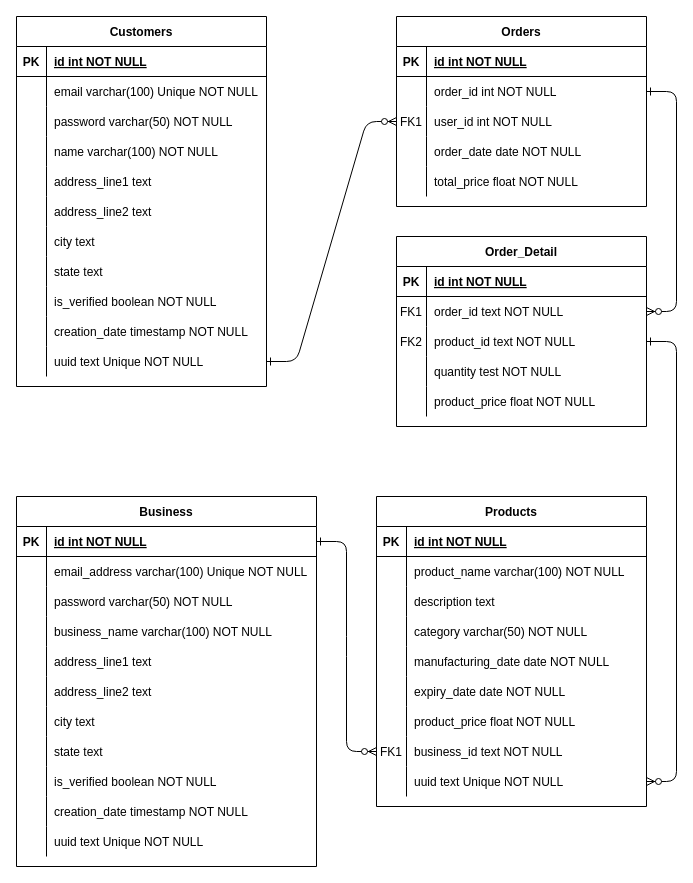
sdglitched/FastAPI-eCom keeps this draw.io diagram as db_details/db_erd.drawio. Above is the earlier version. Source tidied: cells renumbered, new cells numbered last; positions are measured from the earlier drawing's top-left corner, leaving out a move shared by most shapes. Both pictures are drawn from the tidied source at 100%, with x=0, y=0 at pixel (16, 16).
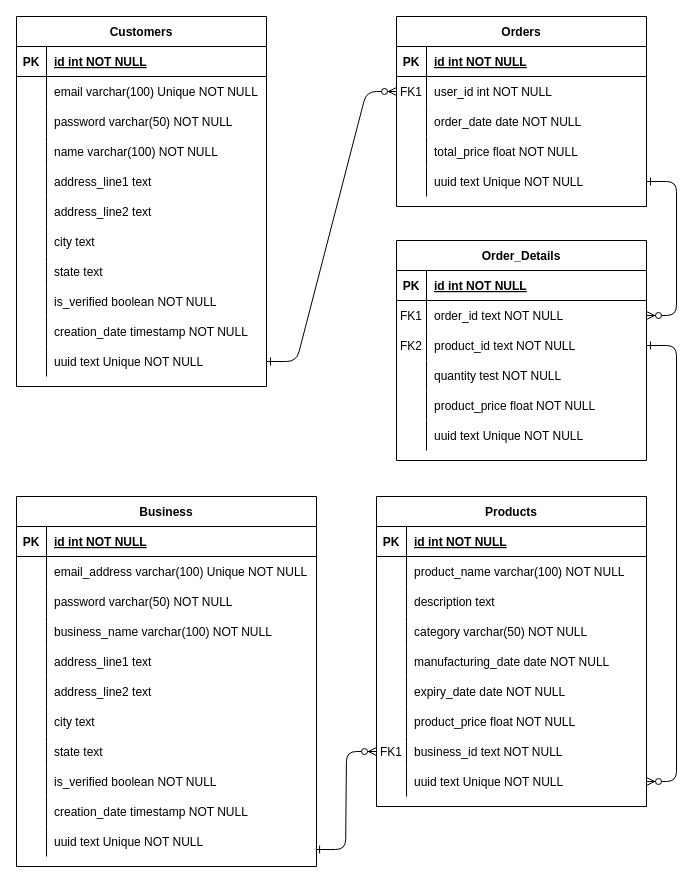
The same diagram, later.

The change refers to these unchanged cells:
```xml
<mxCell id="3" value="Orders" style="shape=table;startSize=30;childLayout=tableLayout;rowLines=0;fontStyle=1;align=center;" parent="1" vertex="1">
  <mxGeometry x="380" width="250" height="190" as="geometry" />
</mxCell>
<mxCell id="55" style="shape=partialRectangle;fillColor=none;points=[[0,0.5],[1,0.5]];portConstraint=eastwest;top=0;left=0;right=0;bottom=1;" parent="54" vertex="1">
  <mxGeometry y="30" width="300" height="30" as="geometry" />
</mxCell>
<mxCell id="85" style="shape=partialRectangle;fillColor=none;points=[[0,0.5],[1,0.5]];portConstraint=eastwest;top=0;left=0;right=0;bottom=0;" parent="54" vertex="1">
  <mxGeometry y="330" width="300" height="30" as="geometry" />
</mxCell>
<mxCell id="110" style="shape=partialRectangle;fillColor=none;points=[[0,0.5],[1,0.5]];portConstraint=eastwest;top=0;left=0;right=0;bottom=0;" parent="88" vertex="1">
  <mxGeometry y="240" width="270" height="30" as="geometry" />
</mxCell>
<mxCell id="122" style="shape=partialRectangle;fillColor=none;points=[[0,0.5],[1,0.5]];portConstraint=eastwest;top=0;left=0;right=0;bottom=0;" parent="118" vertex="1">
  <mxGeometry y="60" width="250" height="30" as="geometry" />
</mxCell>
```

The edit, as a diff of the source:
```diff
@@
-    <mxCell id="7" style="shape=partialRectangle;fillColor=none;points=[[0,0.5],[1,0.5]];portConstraint=eastwest;top=0;left=0;right=0;bottom=0;" parent="3" vertex="1">
-      <mxGeometry y="60" width="250" height="30" as="geometry" />
-    </mxCell>
-    <mxCell id="8" style="shape=partialRectangle;overflow=hidden;fillColor=none;top=0;left=0;bottom=0;right=0;" parent="7" vertex="1">
-      <mxGeometry width="30" height="30" as="geometry" />
-    </mxCell>
-    <mxCell id="9" value="order_id int NOT NULL" style="shape=partialRectangle;overflow=hidden;fillColor=none;top=0;left=0;bottom=0;right=0;align=left;spacingLeft=6;" parent="7" vertex="1">
-      <mxGeometry x="30" width="220" height="30" as="geometry" />
-    </mxCell>
     <mxCell id="10" style="shape=partialRectangle;fillColor=none;points=[[0,0.5],[1,0.5]];portConstraint=eastwest;top=0;left=0;right=0;bottom=0;" parent="3" vertex="1">
-      <mxGeometry y="90" width="250" height="30" as="geometry" />
+      <mxGeometry y="60" width="250" height="30" as="geometry" />
     </mxCell>
@@
     <mxCell id="13" style="shape=partialRectangle;fillColor=none;top=0;left=0;right=0;bottom=0;" parent="3" vertex="1">
-      <mxGeometry y="120" width="250" height="30" as="geometry" />
+      <mxGeometry y="90" width="250" height="30" as="geometry" />
     </mxCell>
@@
     <mxCell id="16" style="shape=partialRectangle;fillColor=none;top=0;left=0;right=0;bottom=0;" parent="3" vertex="1">
-      <mxGeometry y="150" width="250" height="30" as="geometry" />
+      <mxGeometry y="120" width="250" height="30" as="geometry" />
     </mxCell>
@@
+    <mxCell id="134" style="shape=partialRectangle;fillColor=none;points=[[0,0.5],[1,0.5]];portConstraint=eastwest;top=0;left=0;right=0;bottom=0;" parent="3" vertex="1">
+      <mxGeometry y="150" width="250" height="30" as="geometry" />
+    </mxCell>
+    <mxCell id="135" style="shape=partialRectangle;overflow=hidden;fillColor=none;top=0;left=0;bottom=0;right=0;" parent="134" vertex="1">
+      <mxGeometry width="30" height="30" as="geometry" />
+    </mxCell>
+    <mxCell id="136" value="uuid text Unique NOT NULL" style="shape=partialRectangle;overflow=hidden;fillColor=none;top=0;left=0;bottom=0;right=0;align=left;spacingLeft=6;" parent="134" vertex="1">
+      <mxGeometry x="30" width="220" height="30" as="geometry" />
+    </mxCell>
@@
-    <mxCell id="53" style="edgeStyle=entityRelationEdgeStyle;endArrow=ERzeroToMany;startArrow=ERone;endFill=1;startFill=0;exitX=1;exitY=0.5;exitDx=0;exitDy=0;entryX=1;entryY=0.5;entryDx=0;entryDy=0;" parent="1" edge="1" source="7" target="122">
+    <mxCell id="53" style="edgeStyle=entityRelationEdgeStyle;endArrow=ERzeroToMany;startArrow=ERone;endFill=1;startFill=0;entryX=1;entryY=0.5;entryDx=0;entryDy=0;" parent="1" edge="1" source="134" target="122">
       <mxGeometry relative="1" as="geometry" />
     </mxCell>
@@
-    <mxCell id="116" style="edgeStyle=entityRelationEdgeStyle;endArrow=ERzeroToMany;startArrow=ERone;endFill=1;startFill=0;exitX=1;exitY=0.5;exitDx=0;exitDy=0;entryX=0;entryY=0.5;entryDx=0;entryDy=0;" parent="1" edge="1" source="55" target="110">
+    <mxCell id="116" style="edgeStyle=entityRelationEdgeStyle;endArrow=ERzeroToMany;startArrow=ERone;endFill=1;startFill=0;exitX=0.997;exitY=0.767;exitDx=0;exitDy=0;entryX=0;entryY=0.5;entryDx=0;entryDy=0;exitPerimeter=0;" parent="1" edge="1" source="85" target="110">
       <mxGeometry relative="1" as="geometry">
         <Array as="points">
           <mxPoint x="760" y="345" />
           <mxPoint x="810" y="345" />
           <mxPoint x="810" y="355" />
         </Array>
       </mxGeometry>
     </mxCell>
@@
-    <mxCell id="118" value="Order_Detail" style="shape=table;startSize=30;childLayout=tableLayout;rowLines=0;fontStyle=1;align=center;" parent="1" vertex="1">
-      <mxGeometry x="380" y="220" width="250" height="190" as="geometry" />
+    <mxCell id="118" value="Order_Details" style="shape=table;startSize=30;childLayout=tableLayout;rowLines=0;fontStyle=1;align=center;" parent="1" vertex="1">
+      <mxGeometry x="380" y="224" width="250" height="220" as="geometry" />
     </mxCell>
@@
+    <mxCell id="137" style="shape=partialRectangle;fillColor=none;top=0;left=0;right=0;bottom=0;" parent="118" vertex="1">
+      <mxGeometry y="180" width="250" height="30" as="geometry" />
+    </mxCell>
+    <mxCell id="138" style="shape=partialRectangle;overflow=hidden;fillColor=none;top=0;left=0;bottom=0;right=0;" parent="137" vertex="1">
+      <mxGeometry width="30" height="30" as="geometry" />
+    </mxCell>
+    <mxCell id="139" value="uuid text Unique NOT NULL" style="shape=partialRectangle;overflow=hidden;fillColor=none;top=0;left=0;bottom=0;right=0;align=left;spacingLeft=6;" parent="137" vertex="1">
+      <mxGeometry x="30" width="220" height="30" as="geometry" />
+    </mxCell>
```
